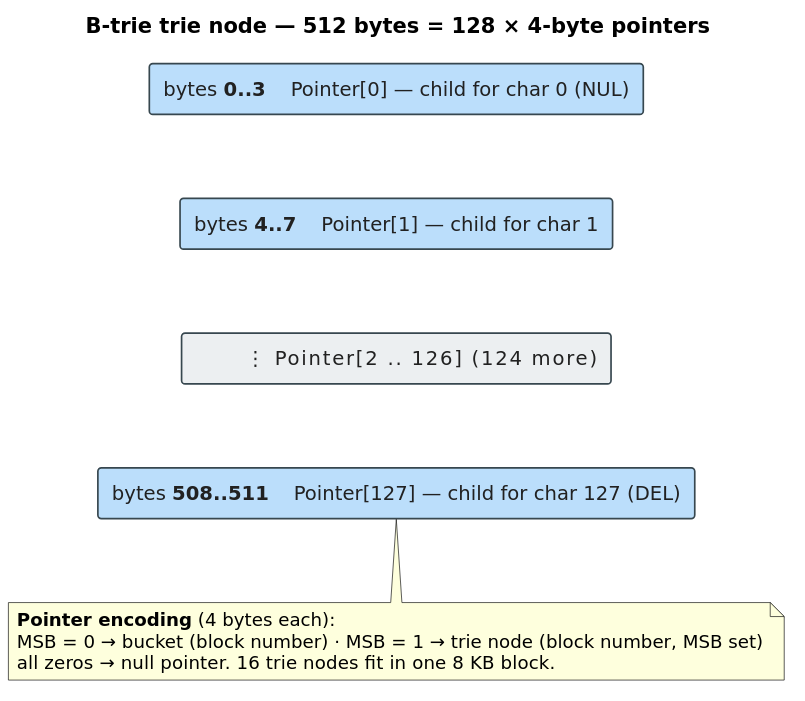
Above: docs/diagrams/btrie-trie-node-layout.svg in vinary-tree/libdictenstein (PlantUML), before the change. Its source is kept beside it as docs/diagrams/src/btrie-trie-node-layout.puml.
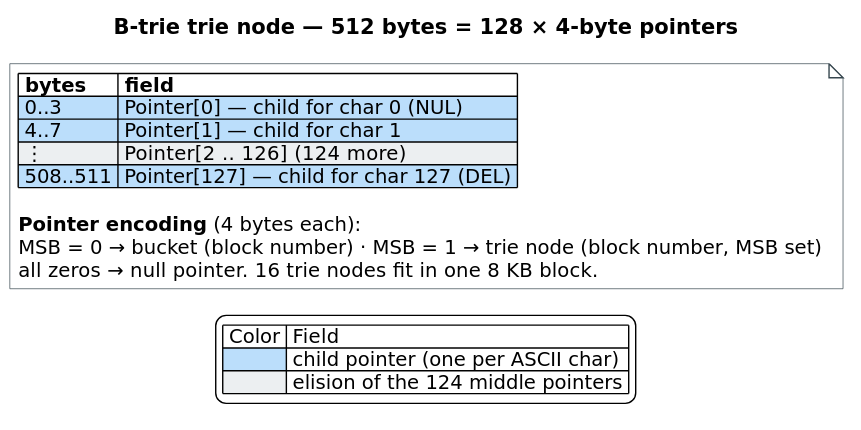
After the change.

What changed in the source:
```diff
@@ -3,28 +3,30 @@
 skinparam shadowing false
 skinparam backgroundColor #FFFFFF
 skinparam defaultFontName "DejaVu Sans"
-skinparam rectangle {
+skinparam TitleFontSize 15
+skinparam noteFontSize 14
+skinparam note {
+  BackgroundColor #FFFFFF
   BorderColor #37474F
-  FontColor #212121
-  BorderThickness 1.2
 }
-skinparam noteFontSize 13
-skinparam TitleFontSize 15
 
 title B-trie trie node — 512 bytes = 128 × 4-byte pointers
 
-rectangle "bytes **0..3**    Pointer[0] — child for char 0 (NUL)" as R0 #BBDEFB
-rectangle "bytes **4..7**    Pointer[1] — child for char 1" as R1 #BBDEFB
-rectangle "        ⋮        Pointer[2 .. 126]  (124 more)" as R2 #ECEFF1
-rectangle "bytes **508..511**    Pointer[127] — child for char 127 (DEL)" as R3 #BBDEFB
+note as TN
+|= bytes |= field |
+|<#BBDEFB> 0..3 |<#BBDEFB> Pointer[0] — child for char 0 (NUL) |
+|<#BBDEFB> 4..7 |<#BBDEFB> Pointer[1] — child for char 1 |
+|<#ECEFF1> ⋮ |<#ECEFF1> Pointer[2 .. 126]  (124 more) |
+|<#BBDEFB> 508..511 |<#BBDEFB> Pointer[127] — child for char 127 (DEL) |
 
-R0 -[hidden]down- R1
-R1 -[hidden]down- R2
-R2 -[hidden]down- R3
+**Pointer encoding** (4 bytes each):
+MSB = 0 → bucket (block number) · MSB = 1 → trie node (block number, MSB set)
+all zeros → null pointer.  16 trie nodes fit in one 8 KB block.
+end note
 
-note bottom
-  **Pointer encoding** (4 bytes each):
-  MSB = 0 → bucket (block number) · MSB = 1 → trie node (block number, MSB set)
-  all zeros → null pointer.  16 trie nodes fit in one 8 KB block.
-end note
+legend bottom
+| Color | Field |
+|<#BBDEFB>| child pointer (one per ASCII char) |
+|<#ECEFF1>| elision of the 124 middle pointers |
+endlegend
 @enduml
```
